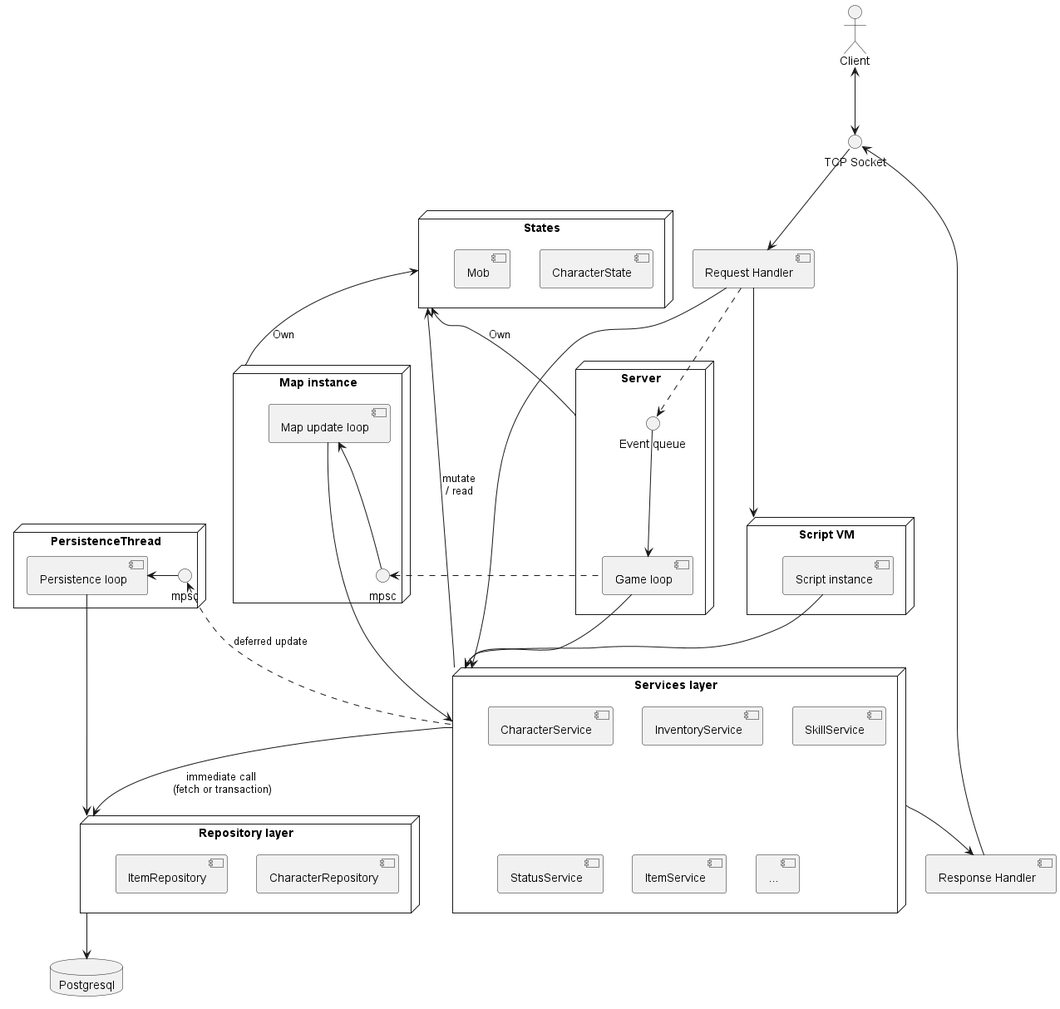
This is doc/diagram/components.png from nmeylan/rust-ro, a PlantUML export, as it was before one commit. Source of this version:
```plantuml
@startuml

interface "TCP Socket" as tcp

:Client: <-down-> tcp


[Request Handler] as request_thread
[Response Handler] as response_thread
node PersistenceThread as persistence {
interface "mpsc" as persistence_queue
[Persistence loop] as persistence_loop
persistence_loop <- persistence_queue
persistence_loop -down-> repositories
}

node "Server" as server {
interface "Event queue" as queue
  [Game loop] as gl

  tcp -down-> request_thread
  tcp <-- response_thread
  request_thread ..> queue
  request_thread -right-> services
  gl -down-> services
  gl <-up- queue
}

node "Script VM" as vm {
  [Script instance] as script
  script -down-> services
}

request_thread -down-> vm


node "Services layer" as services {
    [CharacterService]
    [InventoryService]
    [SkillService]
    [StatusService]
    [ItemService]
    [...]
}

node "Map instance" as map {
interface "mpsc" as map_queue
    [Map update loop] as map_update_loop
    map_update_loop -down-> services
    map_update_loop<--map_queue
}

states <-- server  : Own
states <-- map  : Own

services -up-> states : mutate\n/ read

map_queue <. gl

services --> response_thread
persistence_queue <.. services : deferred update
services -down-> repositories : immediate call\n (fetch or transaction)
node "States" as states {
    [CharacterState]
    [Mob]
}

node "Repository layer" as repositories {
    [CharacterRepository]
    [ItemRepository]
    [InventoryService]
}
repositories --> "Postgresql"
database "Postgresql" {

}

@enduml
```
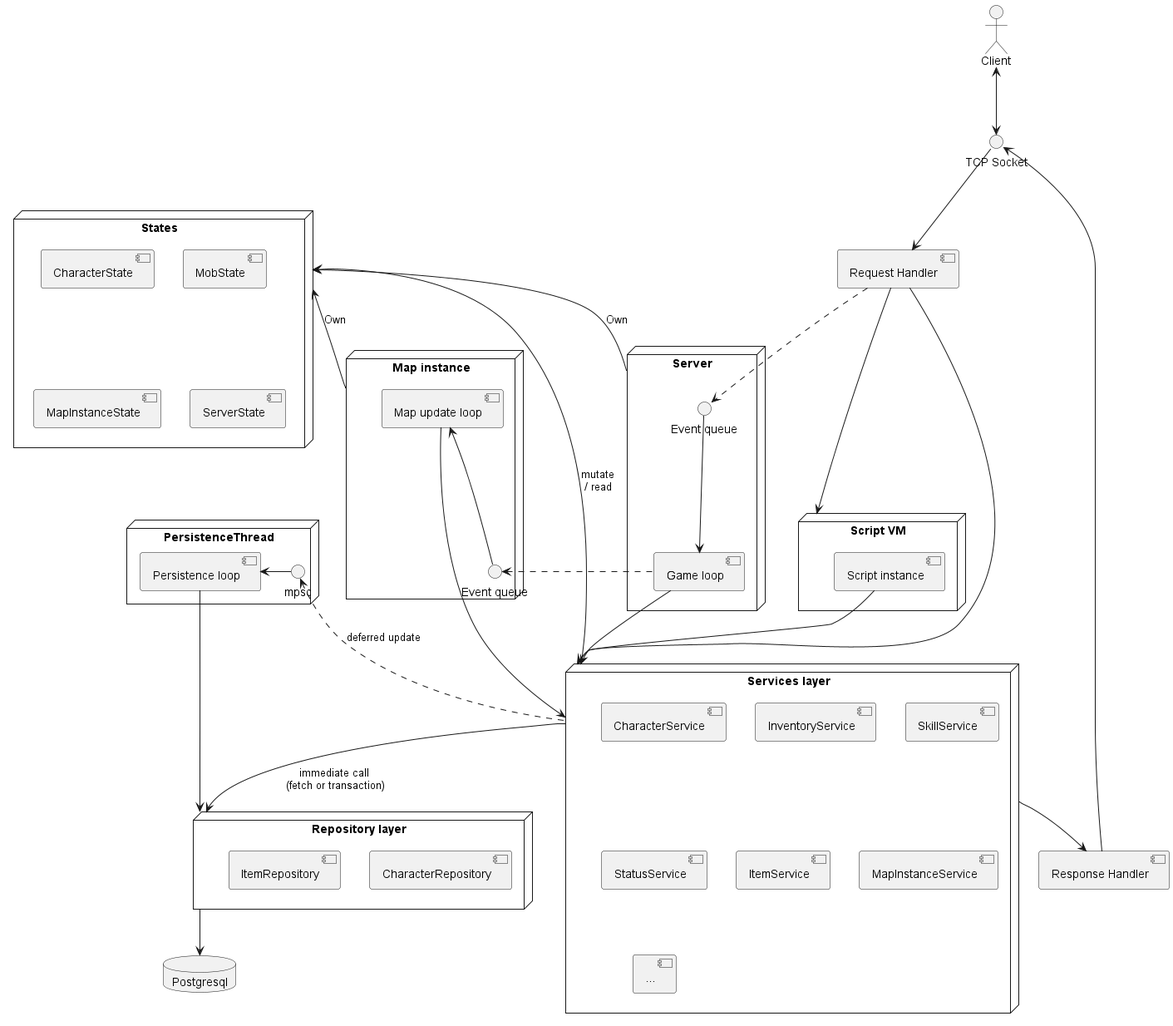
After the commit.

The edit, as a diff of the source:
```diff
@@ -40,11 +40,12 @@
     [SkillService]
     [StatusService]
     [ItemService]
+    [MapInstanceService]
     [...]
 }
 
 node "Map instance" as map {
-interface "mpsc" as map_queue
+interface "Event queue" as map_queue
     [Map update loop] as map_update_loop
     map_update_loop -down-> services
     map_update_loop<--map_queue
@@ -62,7 +63,9 @@
 services -down-> repositories : immediate call\n (fetch or transaction)
 node "States" as states {
     [CharacterState]
-    [Mob]
+    [MobState]
+    [MapInstanceState]
+    [ServerState]
 }
 
 node "Repository layer" as repositories {
```
